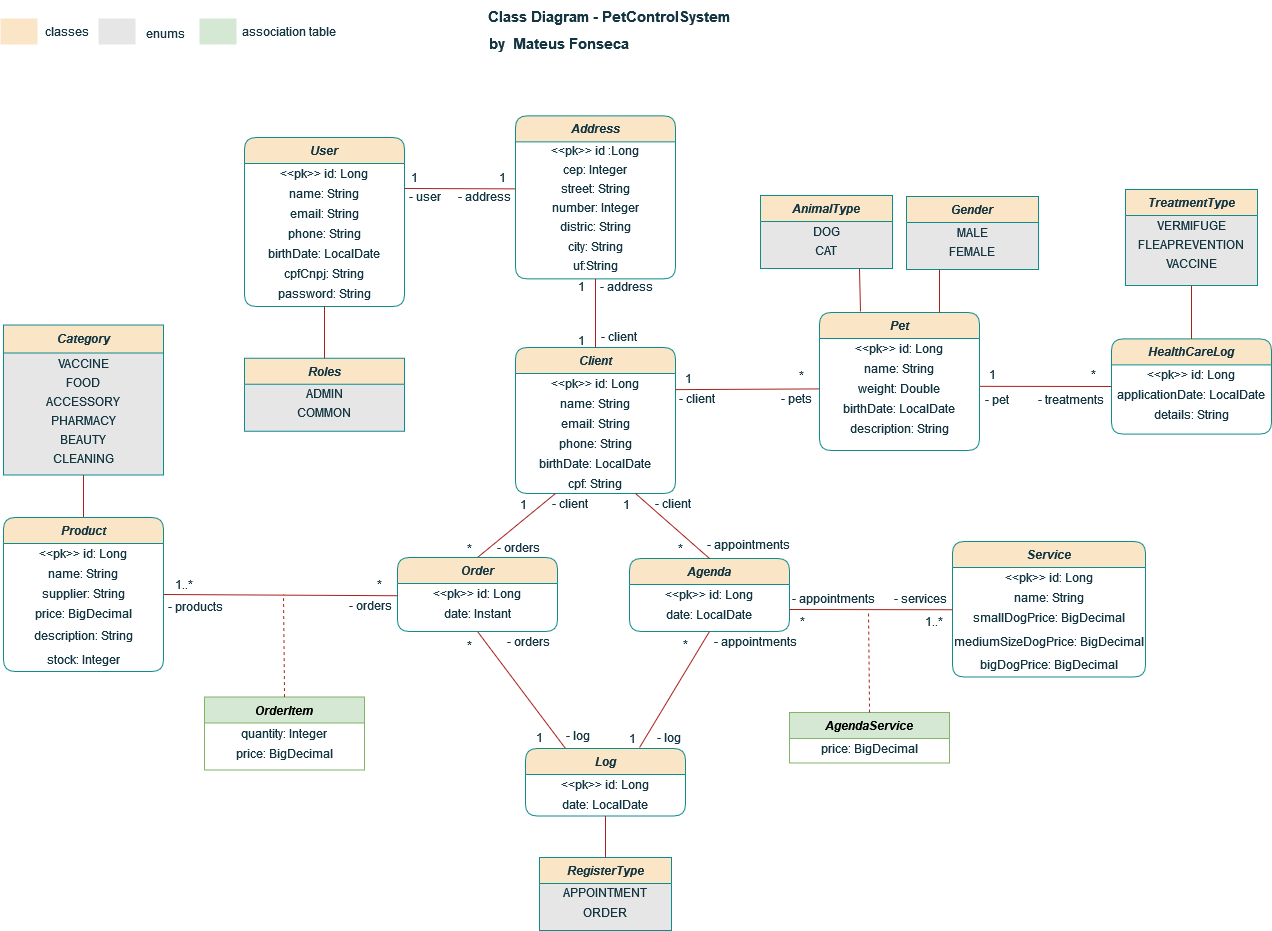
Earlier version of the draw.io export diagrams/class-diagram.png (mateusf-prog/petcontrol-system). Source tidied: cells renumbered, new cells last; positions are measured from the earlier drawing's top-left corner, leaving out a move shared by most shapes.
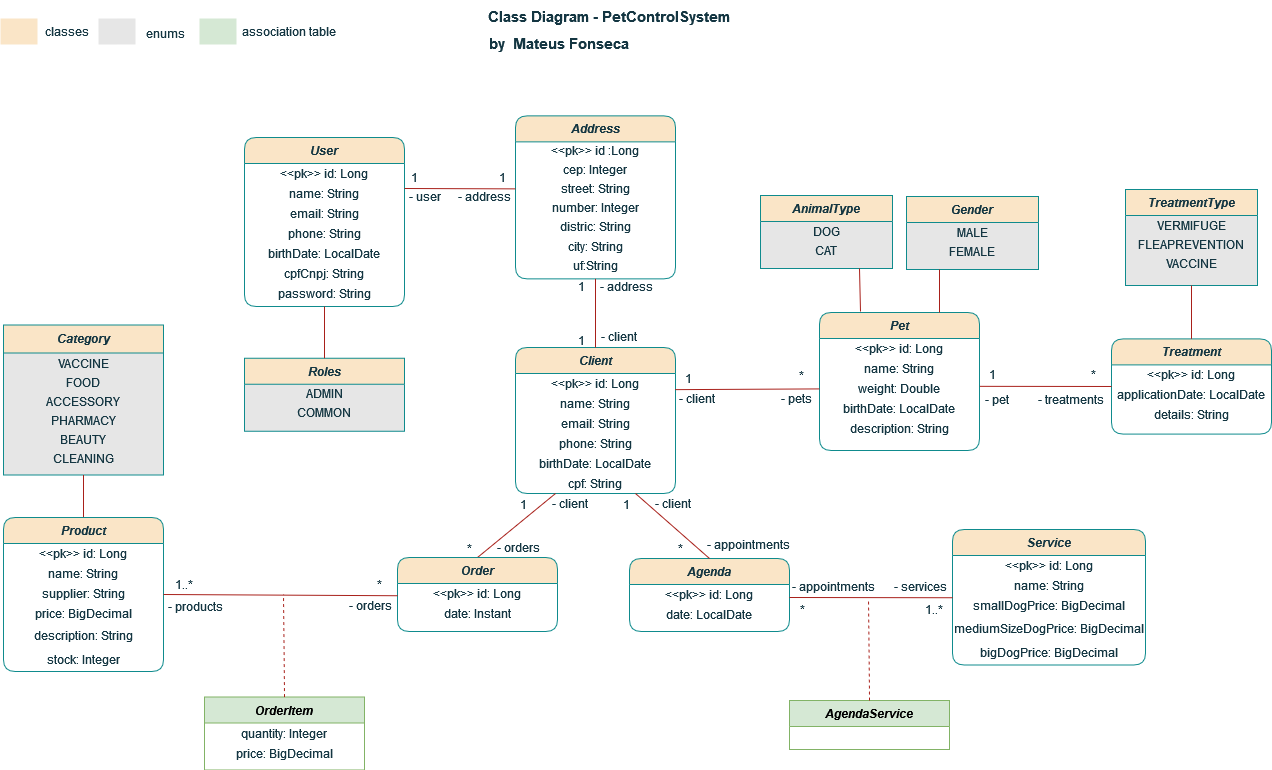
Above is the later version.

Commit message:
updated class-diagram

What changed in the source:
```diff
@@ -75,7 +75,7 @@
       <mxGeometry y="126" width="160" height="20" as="geometry" />
     </mxCell>
     <mxCell id="26" value="Service" style="swimlane;fontStyle=3;align=center;verticalAlign=top;horizontal=1;startSize=26;rounded=1;shadow=0;strokeWidth=1;labelBackgroundColor=none;fillColor=#FAE5C7;strokeColor=#0F8B8D;fontColor=#143642;" parent="1" vertex="1">
-      <mxGeometry x="952" y="541" width="193" height="135.5" as="geometry" />
+      <mxGeometry x="952" y="529" width="193" height="135.5" as="geometry" />
     </mxCell>
     <mxCell id="27" value="&amp;lt;&amp;lt;pk&amp;gt;&amp;gt; id: Long" style="text;html=1;align=center;verticalAlign=middle;whiteSpace=wrap;rounded=1;labelBackgroundColor=none;fontColor=#143642;" parent="26" vertex="1">
       <mxGeometry y="26" width="193" height="20" as="geometry" />
@@ -92,12 +92,11 @@
     <mxCell id="31" value="bigDogPrice: BigDecimal" style="text;html=1;align=center;verticalAlign=middle;whiteSpace=wrap;rounded=1;labelBackgroundColor=none;fontColor=#143642;" parent="26" vertex="1">
       <mxGeometry y="113" width="193" height="20" as="geometry" />
     </mxCell>
-    <mxCell id="32" style="endArrow=none;html=1;rounded=1;exitX=1;exitY=0.25;exitDx=0;exitDy=0;labelBackgroundColor=none;fontColor=default;strokeColor=#A8201A;entryX=0.001;entryY=0.112;entryDx=0;entryDy=0;entryPerimeter=0;" parent="1" edge="1" source="4" target="29">
-      <mxGeometry relative="1" as="geometry" />
+    <mxCell id="32" style="endArrow=none;html=1;rounded=1;exitX=1;exitY=0.25;exitDx=0;exitDy=0;labelBackgroundColor=none;fontColor=default;strokeColor=#A8201A;entryX=0.001;entryY=0.112;entryDx=0;entryDy=0;entryPerimeter=0;" parent="1" edge="1" target="29">
+      <mxGeometry relative="1" as="geometry">
+        <mxPoint x="789" y="597" as="sourcePoint" />
+      </mxGeometry>
     </mxCell>
-    <mxCell id="33" style="endArrow=none;html=1;rounded=1;entryX=0.5;entryY=1;entryDx=0;entryDy=0;exitX=0.25;exitY=0;exitDx=0;exitDy=0;labelBackgroundColor=none;fontColor=default;strokeColor=#A8201A;" parent="1" edge="1" source="86" target="50">
-      <mxGeometry relative="1" as="geometry" />
-    </mxCell>
     <mxCell id="34" style="endArrow=none;html=1;rounded=1;entryX=0.5;entryY=0;entryDx=0;entryDy=0;labelBackgroundColor=none;fontColor=default;strokeColor=#A8201A;exitX=0.25;exitY=1;exitDx=0;exitDy=0;" parent="1" edge="1" source="19" target="50">
       <mxGeometry relative="1" as="geometry" />
     </mxCell>
@@ -249,66 +248,27 @@
     <mxCell id="82" value="- pets" style="text;html=1;align=center;verticalAlign=middle;whiteSpace=wrap;rounded=1;labelBackgroundColor=none;fontColor=#143642;" parent="1" vertex="1">
       <mxGeometry x="767" y="388.6" width="58" height="19.2" as="geometry" />
     </mxCell>
-    <mxCell id="83" value="- orders" style="text;html=1;align=center;verticalAlign=middle;whiteSpace=wrap;rounded=1;labelBackgroundColor=none;fontColor=#143642;" parent="1" vertex="1">
-      <mxGeometry x="499" y="632.5" width="58" height="16" as="geometry" />
-    </mxCell>
-    <mxCell id="84" value="- appointments " style="text;html=1;align=center;verticalAlign=middle;whiteSpace=wrap;rounded=1;labelBackgroundColor=none;fontColor=#143642;" parent="1" vertex="1">
-      <mxGeometry x="707" y="630.5" width="96" height="20" as="geometry" />
-    </mxCell>
-    <mxCell id="85" value="*" style="text;html=1;align=center;verticalAlign=middle;whiteSpace=wrap;rounded=1;labelBackgroundColor=none;fontColor=#143642;" parent="1" vertex="1">
-      <mxGeometry x="452" y="634" width="35" height="21" as="geometry" />
-    </mxCell>
-    <mxCell id="86" value="Log" style="swimlane;fontStyle=3;align=center;verticalAlign=top;horizontal=1;startSize=26;rounded=1;shadow=0;strokeWidth=1;labelBackgroundColor=none;fillColor=#FAE5C7;strokeColor=#0F8B8D;fontColor=#143642;" parent="1" vertex="1">
-      <mxGeometry x="525" y="748" width="160" height="67.5" as="geometry" />
-    </mxCell>
-    <mxCell id="87" value="&amp;lt;&amp;lt;pk&amp;gt;&amp;gt; id: Long" style="text;html=1;align=center;verticalAlign=middle;whiteSpace=wrap;rounded=1;labelBackgroundColor=none;fontColor=#143642;" parent="86" vertex="1">
-      <mxGeometry y="26" width="160" height="20" as="geometry" />
-    </mxCell>
-    <mxCell id="88" value="date: LocalDate" style="text;html=1;align=center;verticalAlign=middle;whiteSpace=wrap;rounded=1;labelBackgroundColor=none;fontColor=#143642;" parent="86" vertex="1">
-      <mxGeometry y="46" width="160" height="20" as="geometry" />
-    </mxCell>
-    <mxCell id="89" value="RegisterType" style="swimlane;fontStyle=3;align=center;verticalAlign=top;horizontal=1;startSize=26;rounded=0;shadow=0;strokeWidth=1;swimlaneFillColor=#E6E6E6;labelBackgroundColor=none;fillColor=#FAE5C7;strokeColor=#0F8B8D;fontColor=#143642;" parent="1" vertex="1">
-      <mxGeometry x="539" y="857" width="132" height="73" as="geometry" />
-    </mxCell>
-    <mxCell id="90" value="APPOINTMENT" style="text;html=1;align=center;verticalAlign=middle;whiteSpace=wrap;rounded=1;labelBackgroundColor=none;fontColor=#143642;" parent="89" vertex="1">
-      <mxGeometry y="26" width="132" height="19" as="geometry" />
-    </mxCell>
-    <mxCell id="91" value="ORDER" style="text;html=1;align=center;verticalAlign=middle;whiteSpace=wrap;rounded=1;labelBackgroundColor=none;fontColor=#143642;" parent="89" vertex="1">
-      <mxGeometry y="45" width="132" height="19" as="geometry" />
-    </mxCell>
-    <mxCell id="92" style="endArrow=none;html=1;rounded=1;entryX=0.5;entryY=0;entryDx=0;entryDy=0;exitX=0.5;exitY=1;exitDx=0;exitDy=0;labelBackgroundColor=none;fontColor=default;strokeColor=#A8201A;" parent="1" edge="1" source="86" target="89">
-      <mxGeometry relative="1" as="geometry" />
-    </mxCell>
-    <mxCell id="93" style="endArrow=none;html=1;rounded=1;exitX=0.713;exitY=-0.015;exitDx=0;exitDy=0;exitPerimeter=0;labelBackgroundColor=none;fontColor=default;strokeColor=#A8201A;entryX=0.5;entryY=1;entryDx=0;entryDy=0;" parent="1" edge="1" source="86" target="2">
-      <mxGeometry relative="1" as="geometry" />
-    </mxCell>
-    <mxCell id="94" value="*" style="text;html=1;align=center;verticalAlign=middle;whiteSpace=wrap;rounded=1;labelBackgroundColor=none;fontColor=#143642;" parent="1" vertex="1">
-      <mxGeometry x="668" y="636" width="35" height="16" as="geometry" />
-    </mxCell>
     <mxCell id="95" value="- services" style="text;html=1;align=center;verticalAlign=middle;whiteSpace=wrap;rounded=1;labelBackgroundColor=none;fontColor=#143642;" parent="1" vertex="1">
-      <mxGeometry x="891" y="582" width="58" height="31" as="geometry" />
+      <mxGeometry x="891" y="570" width="58" height="31" as="geometry" />
     </mxCell>
     <mxCell id="96" value="- appointments " style="text;html=1;align=center;verticalAlign=middle;whiteSpace=wrap;rounded=1;labelBackgroundColor=none;fontColor=#143642;" parent="1" vertex="1">
-      <mxGeometry x="785" y="582" width="96" height="31" as="geometry" />
+      <mxGeometry x="785" y="570" width="96" height="31" as="geometry" />
     </mxCell>
     <mxCell id="97" value="1..*" style="text;html=1;align=center;verticalAlign=middle;whiteSpace=wrap;rounded=1;labelBackgroundColor=none;fontColor=#143642;" parent="1" vertex="1">
-      <mxGeometry x="916" y="610" width="35" height="21" as="geometry" />
+      <mxGeometry x="916" y="598" width="35" height="21" as="geometry" />
     </mxCell>
     <mxCell id="98" value="*" style="text;html=1;align=center;verticalAlign=middle;whiteSpace=wrap;rounded=1;labelBackgroundColor=none;fontColor=#143642;" parent="1" vertex="1">
-      <mxGeometry x="785" y="610" width="35" height="21" as="geometry" />
+      <mxGeometry x="785" y="598" width="35" height="21" as="geometry" />
     </mxCell>
     <mxCell id="99" value="*" style="text;html=1;align=center;verticalAlign=middle;whiteSpace=wrap;rounded=1;labelBackgroundColor=none;fontColor=#143642;" parent="1" vertex="1">
       <mxGeometry x="663" y="537" width="35" height="21" as="geometry" />
     </mxCell>
     <mxCell id="100" value="AgendaService" style="swimlane;fontStyle=3;align=center;verticalAlign=top;horizontal=1;startSize=26;rounded=0;shadow=0;strokeWidth=1;labelBackgroundColor=none;fillColor=#d5e8d4;strokeColor=#82b366;" parent="1" vertex="1">
-      <mxGeometry x="789" y="712" width="160" height="50.5" as="geometry" />
+      <mxGeometry x="789" y="700" width="160" height="49" as="geometry" />
     </mxCell>
-    <mxCell id="101" value="price: BigDecimal" style="text;html=1;align=center;verticalAlign=middle;whiteSpace=wrap;rounded=1;labelBackgroundColor=none;fontColor=#143642;" parent="100" vertex="1">
-      <mxGeometry y="26" width="160" height="20" as="geometry" />
-    </mxCell>
     <mxCell id="102" style="endArrow=none;dashed=1;html=1;rounded=1;exitX=0.5;exitY=0;exitDx=0;exitDy=0;labelBackgroundColor=none;fontColor=default;strokeColor=#A8201A;" parent="1" edge="1" source="100">
       <mxGeometry relative="1" as="geometry">
-        <mxPoint x="868" y="610" as="targetPoint" />
+        <mxPoint x="868" y="598" as="targetPoint" />
       </mxGeometry>
     </mxCell>
     <mxCell id="103" value="Address" style="swimlane;fontStyle=3;align=center;verticalAlign=top;horizontal=1;startSize=26;rounded=1;shadow=0;strokeWidth=1;labelBackgroundColor=none;fillColor=#FAE5C7;strokeColor=#0F8B8D;swimlaneFillColor=none;fontColor=#143642;" parent="1" vertex="1">
@@ -335,7 +295,7 @@
     <mxCell id="110" value="uf:String" style="text;html=1;align=center;verticalAlign=middle;whiteSpace=wrap;rounded=1;labelBackgroundColor=none;fontColor=#143642;" parent="103" vertex="1">
       <mxGeometry y="140" width="160" height="19" as="geometry" />
     </mxCell>
-    <mxCell id="111" value="HealthCareLog" style="swimlane;fontStyle=3;align=center;verticalAlign=top;horizontal=1;startSize=26;rounded=1;shadow=0;strokeWidth=1;labelBackgroundColor=none;fillColor=#FAE5C7;strokeColor=#0F8B8D;fontColor=#143642;" parent="1" vertex="1">
+    <mxCell id="111" value="Treatment" style="swimlane;fontStyle=3;align=center;verticalAlign=top;horizontal=1;startSize=26;rounded=1;shadow=0;strokeWidth=1;labelBackgroundColor=none;fillColor=#FAE5C7;strokeColor=#0F8B8D;fontColor=#143642;" parent="1" vertex="1">
       <mxGeometry x="1111" y="338.4" width="160" height="95.2" as="geometry" />
     </mxCell>
     <mxCell id="112" value="&amp;lt;&amp;lt;pk&amp;gt;&amp;gt; id: Long" style="text;html=1;align=center;verticalAlign=middle;whiteSpace=wrap;rounded=1;labelBackgroundColor=none;fontColor=#143642;" parent="111" vertex="1">
@@ -434,18 +394,6 @@
     <mxCell id="143" value="association table" style="text;html=1;align=center;verticalAlign=middle;whiteSpace=wrap;rounded=0;fontColor=#143642;labelBackgroundColor=none;" parent="141" vertex="1">
       <mxGeometry x="37" width="105" height="30" as="geometry" />
     </mxCell>
-    <mxCell id="144" value="1" style="text;html=1;align=center;verticalAlign=middle;whiteSpace=wrap;rounded=1;labelBackgroundColor=none;fontColor=#143642;" parent="1" vertex="1">
-      <mxGeometry x="533" y="726.8" width="12" height="21" as="geometry" />
-    </mxCell>
-    <mxCell id="145" value="&amp;nbsp;- log" style="text;html=1;align=center;verticalAlign=middle;whiteSpace=wrap;rounded=1;labelBackgroundColor=none;fontColor=#143642;" parent="1" vertex="1">
-      <mxGeometry x="547" y="726.8" width="58" height="16" as="geometry" />
-    </mxCell>
-    <mxCell id="146" value="1" style="text;html=1;align=center;verticalAlign=middle;whiteSpace=wrap;rounded=1;labelBackgroundColor=none;fontColor=#143642;" parent="1" vertex="1">
-      <mxGeometry x="626" y="727" width="12" height="21" as="geometry" />
-    </mxCell>
-    <mxCell id="147" value="&amp;nbsp;- log" style="text;html=1;align=center;verticalAlign=middle;whiteSpace=wrap;rounded=1;labelBackgroundColor=none;fontColor=#143642;" parent="1" vertex="1">
-      <mxGeometry x="638" y="729.2" width="58" height="16" as="geometry" />
-    </mxCell>
     <mxCell id="148" style="endArrow=none;html=1;rounded=1;exitX=0;exitY=0.5;exitDx=0;exitDy=0;entryX=1;entryY=0.25;entryDx=0;entryDy=0;labelBackgroundColor=none;fontColor=default;strokeColor=#A8201A;" parent="1" edge="1" source="106" target="13">
       <mxGeometry relative="1" as="geometry" />
     </mxCell>
```
